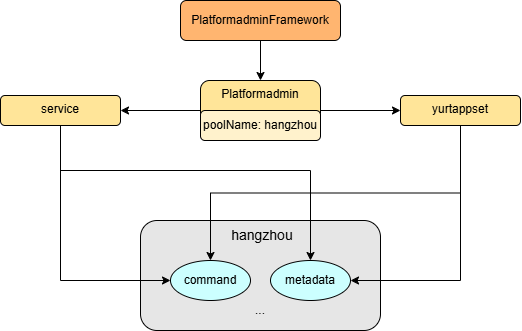
This is docs/img/20240819-build-iot-system-configuration-isolation-on-nodepool/platformadmin-old.png from openyurtio/openyurt, a draw.io export, as it was before one commit. Source tidied: cells renumbered, new cells last; positions are measured from the earlier drawing's top-left corner, leaving out a move shared by most shapes.
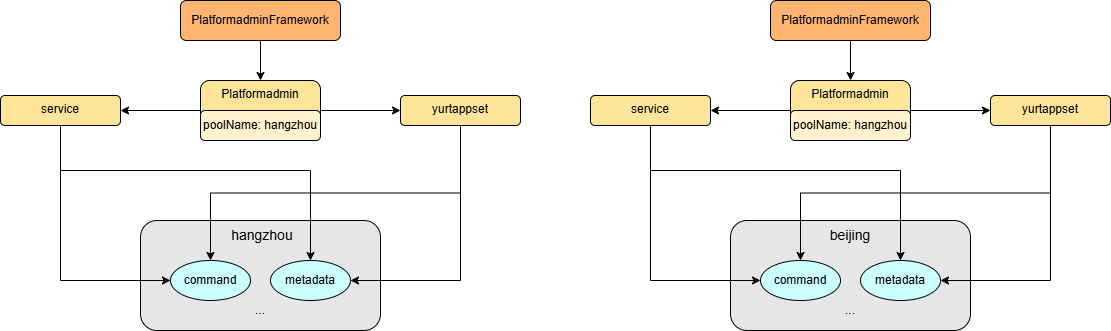
The same diagram one commit later.

Change to the diagram source:
```diff
@@ -55,5 +55,58 @@
     <mxCell id="17" value="..." style="text;html=1;strokeColor=none;fillColor=none;align=center;verticalAlign=middle;whiteSpace=wrap;rounded=0;" parent="1" vertex="1">
       <mxGeometry x="240" y="300" width="40" height="20" as="geometry" />
     </mxCell>
+    <mxCell id="18" style="edgeStyle=orthogonalEdgeStyle;rounded=0;jettySize=auto;html=1;exitX=0.5;exitY=1;exitDx=0;exitDy=0;entryX=0.5;entryY=0;entryDx=0;entryDy=0;" parent="1" edge="1" source="19" target="22">
+      <mxGeometry relative="1" as="geometry" />
+    </mxCell>
+    <mxCell id="19" value="PlatformadminFramework" style="rounded=1;whiteSpace=wrap;html=1;fillColor=#FFB570;" parent="1" vertex="1">
+      <mxGeometry x="770" width="160" height="40" as="geometry" />
+    </mxCell>
+    <mxCell id="20" style="edgeStyle=orthogonalEdgeStyle;rounded=0;jettySize=auto;html=1;" parent="1" edge="1" source="22" target="24">
+      <mxGeometry relative="1" as="geometry" />
+    </mxCell>
+    <mxCell id="21" style="edgeStyle=orthogonalEdgeStyle;rounded=0;jettySize=auto;html=1;" parent="1" edge="1" source="22" target="23">
+      <mxGeometry relative="1" as="geometry" />
+    </mxCell>
+    <mxCell id="22" value="Platformadmin" style="rounded=1;whiteSpace=wrap;html=1;align=center;verticalAlign=top;fillColor=#FFE599;" parent="1" vertex="1">
+      <mxGeometry x="790" y="80" width="120" height="60" as="geometry" />
+    </mxCell>
+    <mxCell id="23" value="yurtappset" style="rounded=1;whiteSpace=wrap;html=1;align=center;verticalAlign=top;fillColor=#FFE599;" parent="1" vertex="1">
+      <mxGeometry x="990" y="95" width="120" height="30" as="geometry" />
+    </mxCell>
+    <mxCell id="24" value="service" style="rounded=1;whiteSpace=wrap;html=1;align=center;verticalAlign=top;fillColor=#FFE599;" parent="1" vertex="1">
+      <mxGeometry x="590" y="95" width="120" height="30" as="geometry" />
+    </mxCell>
+    <mxCell id="25" value="poolName: hangzhou" style="rounded=1;whiteSpace=wrap;html=1;verticalAlign=middle;align=center;fillColor=#FFF2CC;" parent="1" vertex="1">
+      <mxGeometry x="790" y="110" width="120" height="30" as="geometry" />
+    </mxCell>
+    <mxCell id="26" value="&lt;font style=&quot;font-size: 14px&quot;&gt;beijing&lt;/font&gt;" style="rounded=1;whiteSpace=wrap;html=1;align=center;verticalAlign=top;fillColor=#E6E6E6;" parent="1" vertex="1">
+      <mxGeometry x="730" y="220" width="240" height="110" as="geometry" />
+    </mxCell>
+    <mxCell id="27" value="command" style="ellipse;whiteSpace=wrap;html=1;align=center;fillColor=#CCFFFF;" parent="1" vertex="1">
+      <mxGeometry x="760" y="260" width="80" height="40" as="geometry" />
+    </mxCell>
+    <mxCell id="28" value="metadata" style="ellipse;whiteSpace=wrap;html=1;align=center;fillColor=#CCFFFF;" parent="1" vertex="1">
+      <mxGeometry x="860" y="260" width="80" height="40" as="geometry" />
+    </mxCell>
+    <mxCell id="29" style="edgeStyle=orthogonalEdgeStyle;rounded=0;jettySize=auto;html=1;exitX=0.5;exitY=1;exitDx=0;exitDy=0;entryX=0;entryY=0.5;entryDx=0;entryDy=0;" parent="1" edge="1" source="24" target="27">
+      <mxGeometry relative="1" as="geometry" />
+    </mxCell>
+    <mxCell id="30" style="edgeStyle=orthogonalEdgeStyle;rounded=0;jettySize=auto;html=1;exitX=0.5;exitY=1;exitDx=0;exitDy=0;entryX=1;entryY=0.5;entryDx=0;entryDy=0;" parent="1" edge="1" source="23" target="28">
+      <mxGeometry relative="1" as="geometry" />
+    </mxCell>
+    <mxCell id="31" style="edgeStyle=orthogonalEdgeStyle;rounded=0;jettySize=auto;html=1;exitX=0.5;exitY=1;exitDx=0;exitDy=0;entryX=0.5;entryY=0;entryDx=0;entryDy=0;" parent="1" edge="1" source="23" target="27">
+      <mxGeometry relative="1" as="geometry" />
+    </mxCell>
+    <mxCell id="32" style="edgeStyle=orthogonalEdgeStyle;rounded=0;jettySize=auto;html=1;exitX=0.5;exitY=1;exitDx=0;exitDy=0;entryX=0.5;entryY=0;entryDx=0;entryDy=0;" parent="1" edge="1" source="24" target="28">
+      <mxGeometry relative="1" as="geometry">
+        <Array as="points">
+          <mxPoint x="650" y="170" />
+          <mxPoint x="900" y="170" />
+        </Array>
+      </mxGeometry>
+    </mxCell>
+    <mxCell id="33" value="..." style="text;html=1;strokeColor=none;fillColor=none;align=center;verticalAlign=middle;whiteSpace=wrap;rounded=0;" parent="1" vertex="1">
+      <mxGeometry x="830" y="300" width="40" height="20" as="geometry" />
+    </mxCell>
   </root>
 </mxGraphModel>
```
